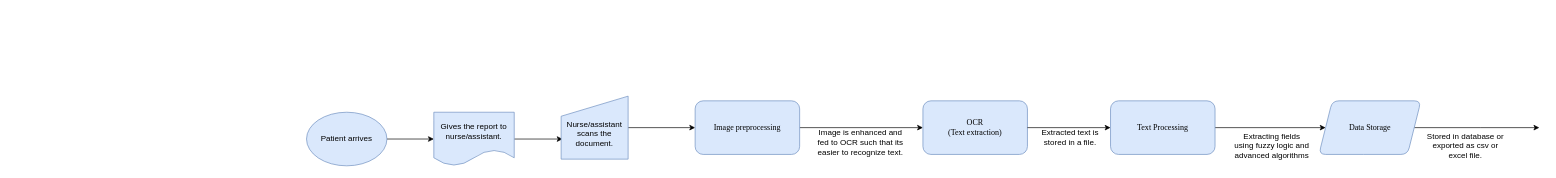
NiThIn-S/first keeps this draw.io diagram as workflow_usecase1.drawio. Above is the earlier version. Source tidied: cells renumbered, new cells numbered last; positions are measured from the earlier drawing's top-left corner, leaving out a move shared by most shapes. Both pictures are drawn from the tidied source at 67%, with x=0, y=0 at pixel (306, 96).
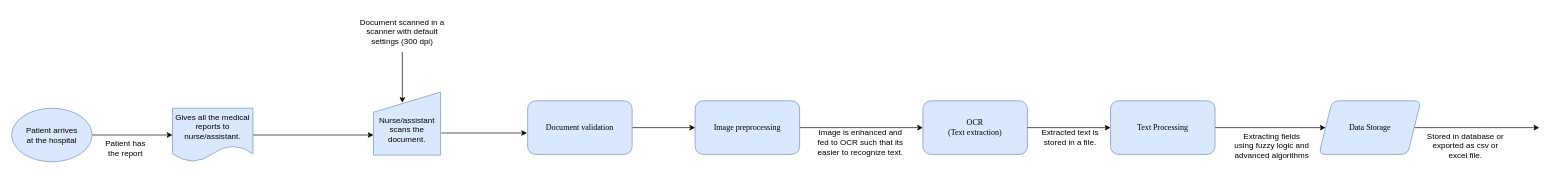
The same page after the edit.

The change refers to these unchanged cells:
```xml
<mxCell id="9" value="&lt;div&gt;Image preprocessing&lt;/div&gt;" style="rounded=1;whiteSpace=wrap;html=1;align=center;fillColor=#dae8fc;strokeColor=#6c8ebf;fontFamily=Times New Roman;" parent="1" vertex="1">
  <mxGeometry x="580" y="7" width="156" height="80" as="geometry" />
</mxCell>
```

What changed in the source:
```diff
@@
-    <mxCell id="3" value="Patient arrives" style="ellipse;whiteSpace=wrap;html=1;fillColor=#dae8fc;strokeColor=#6c8ebf;" parent="1" vertex="1">
-      <mxGeometry y="24" width="120" height="80" as="geometry" />
+    <mxCell id="3" value="&lt;div&gt;Patient arrives&lt;/div&gt;&lt;div&gt;at the hospital&lt;br&gt;&lt;/div&gt;" style="ellipse;whiteSpace=wrap;html=1;fillColor=#dae8fc;strokeColor=#6c8ebf;" parent="1" vertex="1">
+      <mxGeometry x="-440" y="18" width="120" height="80" as="geometry" />
     </mxCell>
-    <mxCell id="4" style="edgeStyle=orthogonalEdgeStyle;rounded=0;jettySize=auto;html=1;entryX=0.022;entryY=0.681;entryDx=0;entryDy=0;entryPerimeter=0;" parent="1" edge="1" source="5" target="7">
+    <mxCell id="4" style="edgeStyle=orthogonalEdgeStyle;rounded=0;jettySize=auto;html=1;entryX=0;entryY=0.681;entryDx=0;entryDy=0;entryPerimeter=0;" parent="1" edge="1" source="5" target="7">
       <mxGeometry relative="1" as="geometry" />
     </mxCell>
-    <mxCell id="5" value="Gives the report to nurse/assistant." style="shape=document;whiteSpace=wrap;html=1;boundedLbl=1;fillColor=#dae8fc;strokeColor=#6c8ebf;" parent="1" vertex="1">
-      <mxGeometry x="190" y="24" width="120" height="80" as="geometry" />
+    <mxCell id="5" value="Gives all the medical reports to nurse/assistant." style="shape=document;whiteSpace=wrap;html=1;boundedLbl=1;fillColor=#dae8fc;strokeColor=#6c8ebf;" parent="1" vertex="1">
+      <mxGeometry x="-200" y="18" width="120" height="80" as="geometry" />
     </mxCell>
-    <mxCell id="6" style="edgeStyle=orthogonalEdgeStyle;rounded=0;jettySize=auto;html=1;" parent="1" edge="1" source="7" target="9">
-      <mxGeometry relative="1" as="geometry" />
-    </mxCell>
     <mxCell id="7" value="&lt;div&gt;Nurse/assistant&lt;/div&gt;&lt;div&gt;scans the document.&lt;/div&gt;" style="shape=manualInput;whiteSpace=wrap;html=1;spacingTop=17;fillColor=#dae8fc;strokeColor=#6c8ebf;" parent="1" vertex="1">
-      <mxGeometry x="380" width="100" height="94" as="geometry" />
+      <mxGeometry x="100" y="-6" width="100" height="94" as="geometry" />
     </mxCell>
@@
+    <mxCell id="20" value="Patient has the report" style="text;html=1;strokeColor=none;fillColor=none;align=center;verticalAlign=middle;whiteSpace=wrap;rounded=0;" parent="1" vertex="1">
+      <mxGeometry x="-310" y="68" width="80" height="20" as="geometry" />
+    </mxCell>
+    <mxCell id="21" style="edgeStyle=orthogonalEdgeStyle;rounded=0;jettySize=auto;html=1;entryX=0.43;entryY=0.17;entryDx=0;entryDy=0;entryPerimeter=0;" parent="1" edge="1" source="22" target="7">
+      <mxGeometry relative="1" as="geometry" />
+    </mxCell>
+    <mxCell id="22" value="&lt;div&gt;Document scanned in a scanner with default settings (300 dpi)&lt;br&gt;&lt;/div&gt;" style="text;html=1;strokeColor=none;fillColor=none;align=center;verticalAlign=middle;whiteSpace=wrap;rounded=0;" parent="1" vertex="1">
+      <mxGeometry x="68" y="-126" width="150" height="60" as="geometry" />
+    </mxCell>
+    <mxCell id="23" style="edgeStyle=orthogonalEdgeStyle;rounded=0;jettySize=auto;html=1;" parent="1" edge="1" source="24" target="9">
+      <mxGeometry relative="1" as="geometry" />
+    </mxCell>
+    <mxCell id="24" value="&lt;div&gt;Document validation&lt;br&gt;&lt;/div&gt;" style="rounded=1;whiteSpace=wrap;html=1;align=center;fillColor=#dae8fc;strokeColor=#6c8ebf;fontFamily=Times New Roman;" parent="1" vertex="1">
+      <mxGeometry x="330" y="7" width="156" height="80" as="geometry" />
+    </mxCell>
+    <mxCell id="25" style="endArrow=classic;html=1;entryX=-0.006;entryY=0.65;entryDx=0;entryDy=0;entryPerimeter=0;exitX=1.01;exitY=0.691;exitDx=0;exitDy=0;exitPerimeter=0;" parent="1" edge="1">
+      <mxGeometry relative="1" as="geometry">
+        <mxPoint x="201" y="55" as="sourcePoint" />
+        <mxPoint x="329.1" y="55" as="targetPoint" />
+      </mxGeometry>
+    </mxCell>
```
